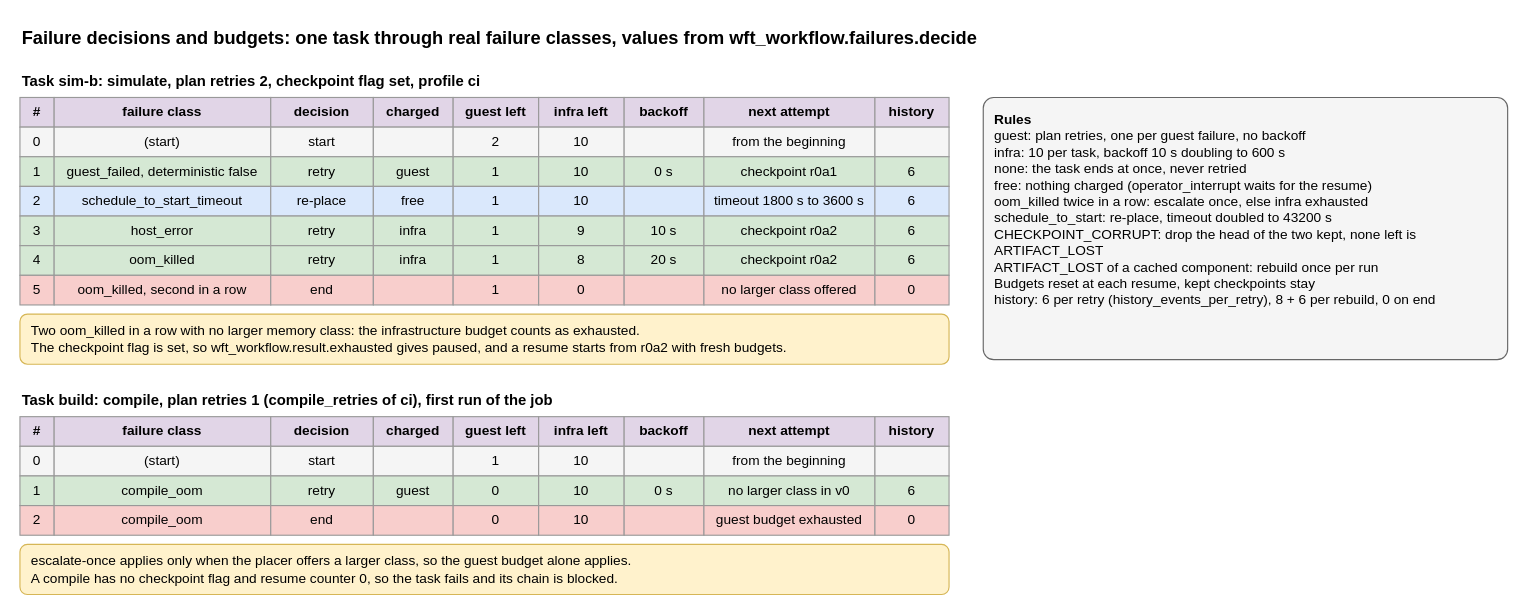
Before: packages/workflow/failure-budgets.drawio in AndoNorth/disyard, a draw.io diagram. Source tidied: cells renumbered, new cells numbered last; positions are measured from the earlier drawing's top-left corner, leaving out a move shared by most shapes. Both pictures are drawn from the tidied source at 114%, with x=0, y=0 at pixel (19, 19).
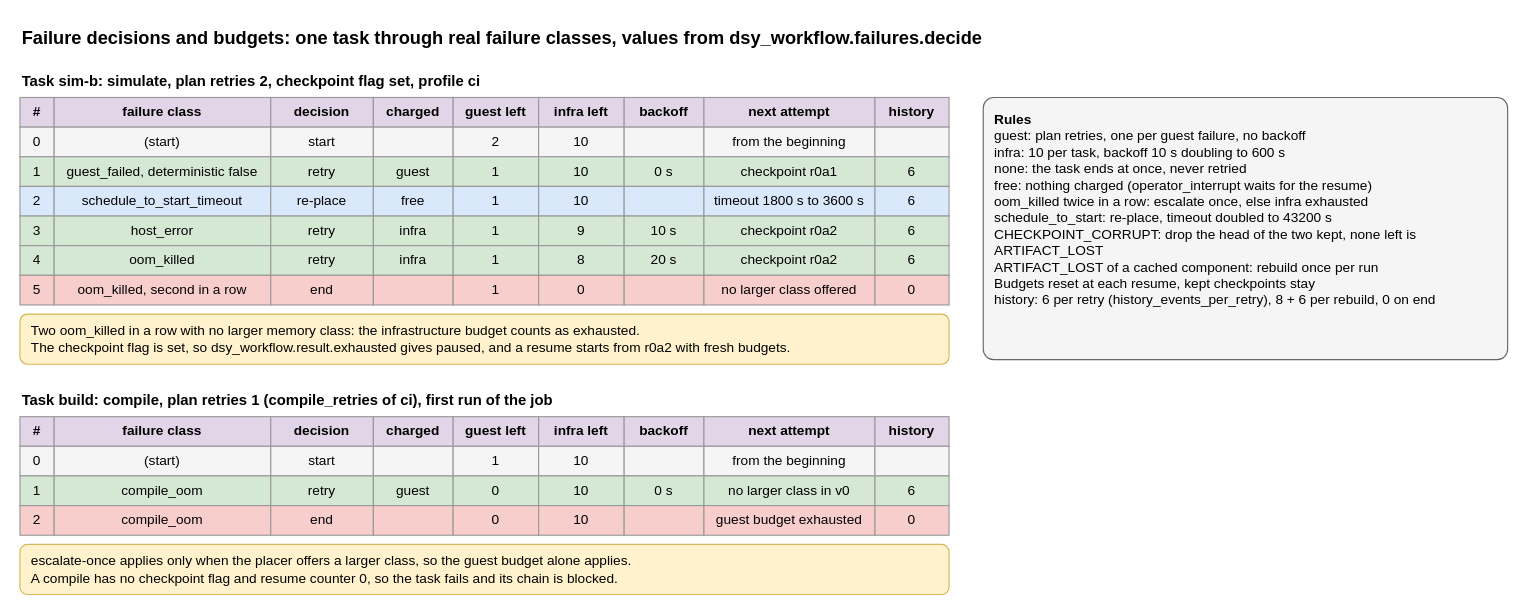
The same page after the edit.

The edit, as a diff of the source:
```diff
@@
-    <mxCell id="2" value="Failure decisions and budgets: one task through real failure classes, values from wft_workflow.failures.decide" style="text;html=1;fontSize=16;fontStyle=1;align=left;" parent="1" vertex="1">
+    <mxCell id="2" value="Failure decisions and budgets: one task through real failure classes, values from dsy_workflow.failures.decide" style="text;html=1;fontSize=16;fontStyle=1;align=left;" parent="1" vertex="1">
       <mxGeometry width="1275" height="30" as="geometry" />
     </mxCell>
@@
-    <mxCell id="67" value="Two oom_killed in a row with no larger memory class: the infrastructure budget counts as exhausted.&#10;The checkpoint flag is set, so wft_workflow.result.exhausted gives paused, and a resume starts from r0a2 with fresh budgets." style="rounded=1;whiteSpace=wrap;html=1;fontSize=12;align=left;spacingLeft=8;fillColor=#fff2cc;strokeColor=#d6b656;" parent="1" vertex="1">
+    <mxCell id="67" value="Two oom_killed in a row with no larger memory class: the infrastructure budget counts as exhausted.&#10;The checkpoint flag is set, so dsy_workflow.result.exhausted gives paused, and a resume starts from r0a2 with fresh budgets." style="rounded=1;whiteSpace=wrap;html=1;fontSize=12;align=left;spacingLeft=8;fillColor=#fff2cc;strokeColor=#d6b656;" parent="1" vertex="1">
       <mxGeometry y="258" width="815" height="44" as="geometry" />
     </mxCell>
```
